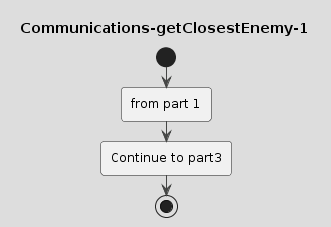
Before: drawings/Communications-getClosestEnemy-1.png, a diagram exported from PlantUML (coding-to-music/plantuml-diagram-examples). Its diagram source:
```plantuml
@startuml Communications-getClosestEnemy-1
!theme toy
title Communications-getClosestEnemy-1
start

:from part 1;




:Continue to part3;
stop
@enduml
```
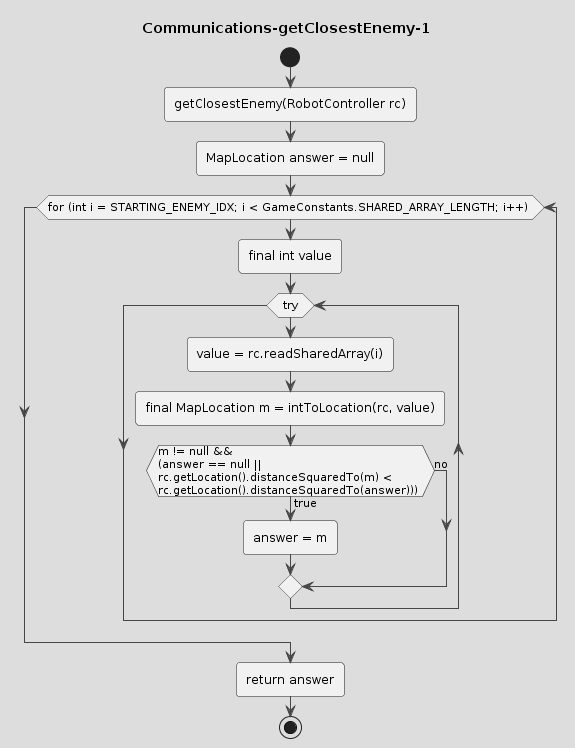
The same diagram one commit later.

What changed in the source:
```diff
@@ -3,11 +3,24 @@
 title Communications-getClosestEnemy-1
 start
 
-:from part 1;
 
 
 
 
-:Continue to part3;
+:getClosestEnemy(RobotController rc);
+:MapLocation answer = null;
+while (for (int i = STARTING_ENEMY_IDX; i < GameConstants.SHARED_ARRAY_LENGTH; i++) )
+    :final int value;
+    while (try)
+        :value = rc.readSharedArray(i);
+        :final MapLocation m = intToLocation(rc, value);
+        if (m != null && \n(answer == null || \nrc.getLocation().distanceSquaredTo(m) < \nrc.getLocation().distanceSquaredTo(answer))) ) then (true)
+            :answer = m;
+        else (no)
+        endif
+    endwhile
+endwhile
+:return answer;
+
 stop
 @enduml
```
